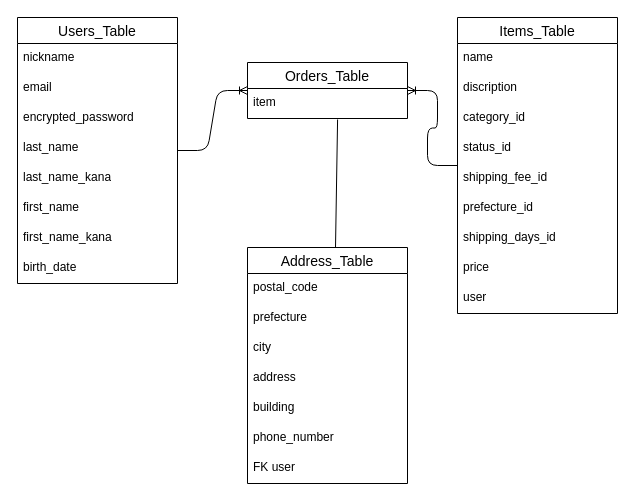
This is furima-41773.dio from Nanami-yk185/furima-41773, a draw.io file, before an edit. Source tidied: cells renumbered, new cells numbered last; positions are measured from the earlier drawing's top-left corner, leaving out a move shared by most shapes. Both pictures are drawn from the tidied source at 100%, with x=0, y=0 at pixel (17, 17).
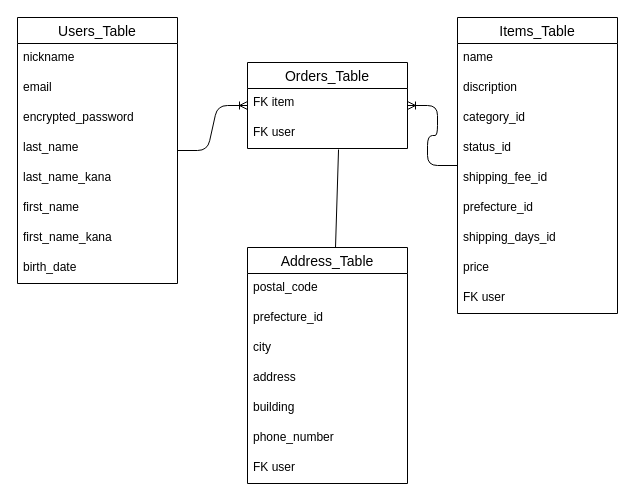
After the change.

Unchanged cells that the change refers to:
```xml
<mxCell id="11" value="Items_Table" style="swimlane;fontStyle=0;horizontal=1;startSize=26;align=center;fontSize=14;" parent="1" vertex="1">
  <mxGeometry x="440" width="160" height="296" as="geometry" />
</mxCell>
<mxCell id="25" value="Address_Table" style="swimlane;fontStyle=0;horizontal=1;startSize=26;align=center;fontSize=14;" parent="1" vertex="1">
  <mxGeometry x="230" y="230" width="160" height="236" as="geometry" />
</mxCell>
```

Change to the diagram source:
```diff
@@
-    <mxCell id="20" value="user" style="text;strokeColor=none;fillColor=none;spacingLeft=4;spacingRight=4;overflow=hidden;fontSize=12;whiteSpace=wrap;html=1;" parent="11" vertex="1">
+    <mxCell id="20" value="FK user" style="text;strokeColor=none;fillColor=none;spacingLeft=4;spacingRight=4;overflow=hidden;fontSize=12;whiteSpace=wrap;html=1;" parent="11" vertex="1">
       <mxGeometry y="266" width="160" height="30" as="geometry" />
     </mxCell>
     <mxCell id="21" value="Orders_Table" style="swimlane;fontStyle=0;horizontal=1;startSize=26;align=center;fontSize=14;" parent="1" vertex="1">
-      <mxGeometry x="230" y="45" width="160" height="56" as="geometry" />
+      <mxGeometry x="230" y="45" width="160" height="86" as="geometry" />
     </mxCell>
-    <mxCell id="22" value="item" style="text;strokeColor=none;fillColor=none;spacingLeft=4;spacingRight=4;overflow=hidden;points=[[0,0.5],[1,0.5]];portConstraint=eastwest;fontSize=12;whiteSpace=wrap;html=1;" parent="21" vertex="1">
+    <mxCell id="22" value="FK item" style="text;strokeColor=none;fillColor=none;spacingLeft=4;spacingRight=4;overflow=hidden;points=[[0,0.5],[1,0.5]];portConstraint=eastwest;fontSize=12;whiteSpace=wrap;html=1;" parent="21" vertex="1">
       <mxGeometry y="26" width="160" height="30" as="geometry" />
     </mxCell>
+    <mxCell id="34" value="FK user" style="text;strokeColor=none;fillColor=none;spacingLeft=4;spacingRight=4;overflow=hidden;points=[[0,0.5],[1,0.5]];portConstraint=eastwest;fontSize=12;whiteSpace=wrap;html=1;" parent="21" vertex="1">
+      <mxGeometry y="56" width="160" height="30" as="geometry" />
+    </mxCell>
@@
-    <mxCell id="27" value="prefecture" style="text;strokeColor=none;fillColor=none;spacingLeft=4;spacingRight=4;overflow=hidden;fontSize=12;whiteSpace=wrap;html=1;" parent="25" vertex="1">
+    <mxCell id="27" value="prefecture_id" style="text;strokeColor=none;fillColor=none;spacingLeft=4;spacingRight=4;overflow=hidden;fontSize=12;whiteSpace=wrap;html=1;" parent="25" vertex="1">
       <mxGeometry y="56" width="160" height="30" as="geometry" />
     </mxCell>
@@
-    <mxCell id="33" style="endArrow=none;html=1;rounded=0;entryX=0.55;entryY=0;entryDx=0;entryDy=0;entryPerimeter=0;exitX=0.563;exitY=1.033;exitDx=0;exitDy=0;exitPerimeter=0;" parent="1" edge="1" source="22" target="25">
+    <mxCell id="33" style="endArrow=none;html=1;rounded=0;entryX=0.55;entryY=0;entryDx=0;entryDy=0;entryPerimeter=0;exitX=0.569;exitY=1.033;exitDx=0;exitDy=0;exitPerimeter=0;" parent="1" edge="1" source="34" target="25">
       <mxGeometry relative="1" as="geometry" />
     </mxCell>
```
